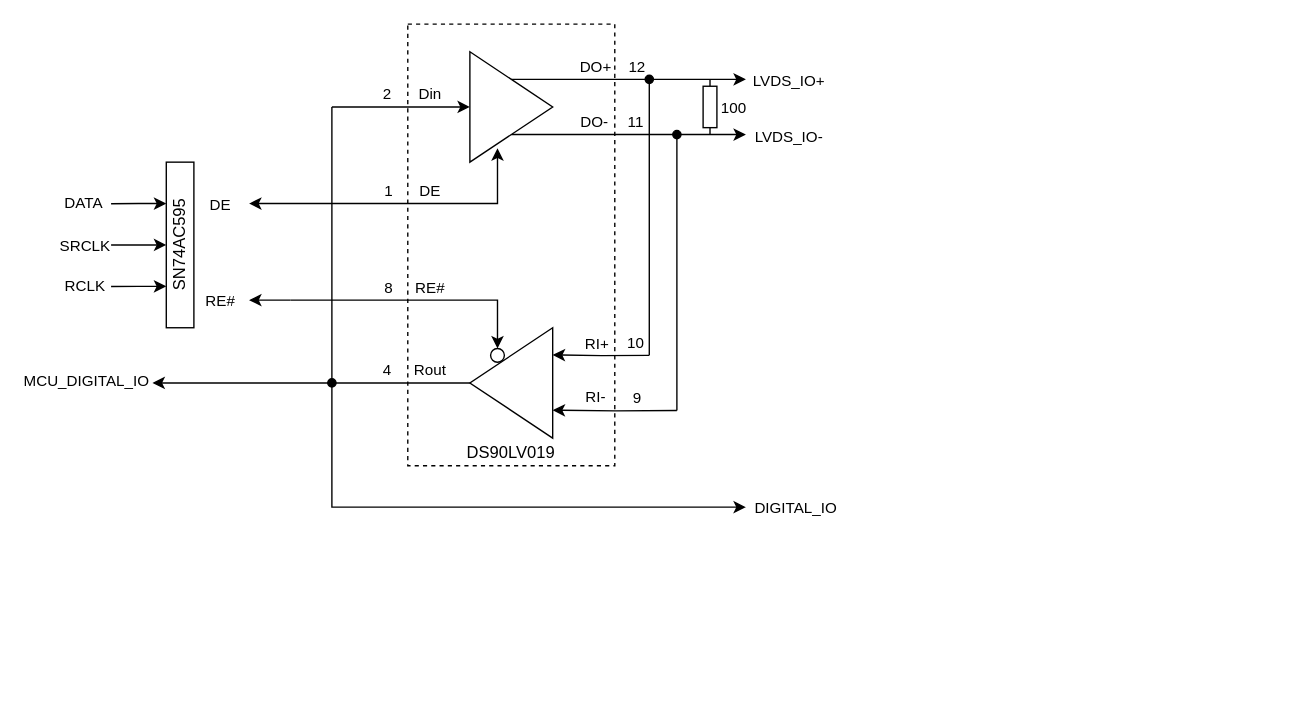
dabecart/MIDDS keeps this draw.io diagram as page "Page-3" (3 of 5) of docs/PPSMonitor_Diagrams.drawio. Above is the earlier version. Source tidied: cells renumbered, new cells numbered last; positions are measured from the earlier drawing's top-left corner, leaving out a move shared by most shapes. Both pictures are drawn from the tidied source at 138%, with x=0, y=0 at pixel (110, 23).
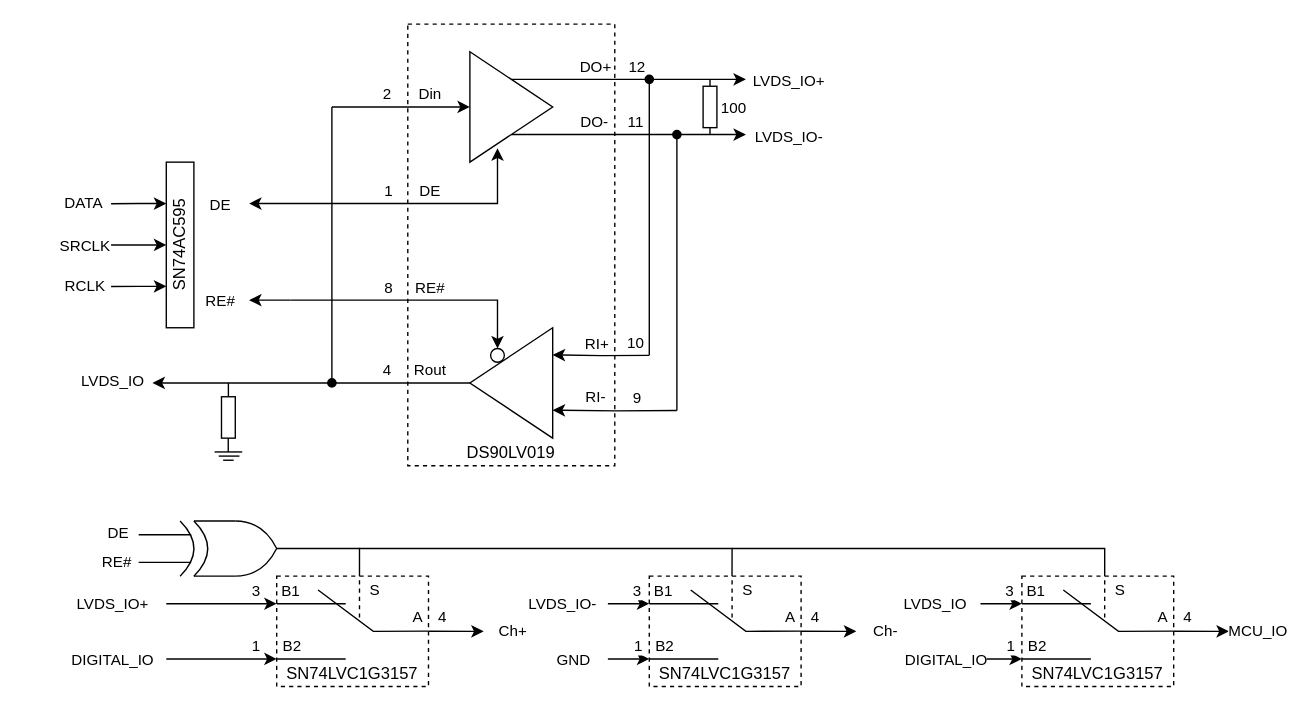
The same diagram, later.

Unchanged cells that the change refers to:
```xml
<mxCell id="15" style="edgeStyle=orthogonalEdgeStyle;rounded=0;jettySize=auto;html=1;exitX=0;exitY=0.5;exitDx=0;exitDy=0;" parent="1" edge="1" source="19">
  <mxGeometry relative="1" as="geometry">
    <mxPoint x="30" y="260" as="targetPoint" />
  </mxGeometry>
</mxCell>
```

What changed in the source:
```diff
@@
-    <mxCell id="18" value="MCU_DIGITAL_IO" style="edgeLabel;html=1;align=center;verticalAlign=middle;" parent="15" vertex="1">
+    <mxCell id="18" value="LVDS_IO" style="edgeLabel;html=1;align=center;verticalAlign=middle;" parent="15" vertex="1">
       <mxGeometry x="0.94" y="-2" relative="1" as="geometry">
-        <mxPoint x="-55" as="offset" />
+        <mxPoint x="-36" as="offset" />
       </mxGeometry>
     </mxCell>
@@
-    <mxCell id="43" style="endArrow=classic;html=1;rounded=0;" parent="1" edge="1">
-      <mxGeometry relative="1" as="geometry">
-        <mxPoint x="160" y="260" as="sourcePoint" />
-        <mxPoint x="460" y="350" as="targetPoint" />
-        <Array as="points">
-          <mxPoint x="160" y="350" />
-        </Array>
-      </mxGeometry>
-    </mxCell>
-    <mxCell id="44" value="DIGITAL_IO" style="edgeLabel;html=1;align=center;verticalAlign=middle;" parent="43" vertex="1">
-      <mxGeometry x="0.97" y="2" relative="1" as="geometry">
-        <mxPoint x="41" y="2" as="offset" />
-      </mxGeometry>
-    </mxCell>
@@
+    <mxCell id="52" value="SN74LVC1G3157" style="rounded=0;whiteSpace=wrap;html=1;fillColor=none;dashed=1;verticalAlign=bottom;" parent="1" vertex="1">
+      <mxGeometry x="120" y="400" width="110" height="80" as="geometry" />
+    </mxCell>
+    <mxCell id="53" style="endArrow=classic;html=1;rounded=0;entryX=0;entryY=0.25;entryDx=0;entryDy=0;" parent="1" edge="1">
+      <mxGeometry relative="1" as="geometry">
+        <mxPoint x="40" y="460" as="sourcePoint" />
+        <mxPoint x="120" y="460" as="targetPoint" />
+      </mxGeometry>
+    </mxCell>
+    <mxCell id="54" value="DIGITAL_IO" style="edgeLabel;html=1;align=center;verticalAlign=middle;" parent="53" vertex="1">
+      <mxGeometry x="-0.79" relative="1" as="geometry">
+        <mxPoint x="-48" as="offset" />
+      </mxGeometry>
+    </mxCell>
+    <mxCell id="55" value="1" style="edgeLabel;html=1;align=center;verticalAlign=middle;" parent="53" vertex="1">
+      <mxGeometry x="0.72" y="1" relative="1" as="geometry">
+        <mxPoint x="-5" y="-9" as="offset" />
+      </mxGeometry>
+    </mxCell>
+    <mxCell id="56" style="endArrow=classic;html=1;rounded=0;entryX=0;entryY=0.25;entryDx=0;entryDy=0;" parent="1" edge="1">
+      <mxGeometry relative="1" as="geometry">
+        <mxPoint x="40" y="420" as="sourcePoint" />
+        <mxPoint x="120" y="420" as="targetPoint" />
+      </mxGeometry>
+    </mxCell>
+    <mxCell id="57" value="LVDS_IO+" style="edgeLabel;html=1;align=center;verticalAlign=middle;" parent="56" vertex="1">
+      <mxGeometry x="-0.86" y="1" relative="1" as="geometry">
+        <mxPoint x="-46" as="offset" />
+      </mxGeometry>
+    </mxCell>
+    <mxCell id="58" value="3" style="edgeLabel;html=1;align=center;verticalAlign=middle;" parent="56" vertex="1">
+      <mxGeometry x="0.78" y="1" relative="1" as="geometry">
+        <mxPoint x="-7" y="-9" as="offset" />
+      </mxGeometry>
+    </mxCell>
+    <mxCell id="59" style="endArrow=none;html=1;rounded=0;" parent="1" edge="1">
+      <mxGeometry relative="1" as="geometry">
+        <mxPoint x="120" y="420" as="sourcePoint" />
+        <mxPoint x="170" y="420" as="targetPoint" />
+      </mxGeometry>
+    </mxCell>
+    <mxCell id="60" value="B1" style="edgeLabel;html=1;align=center;verticalAlign=middle;" parent="59" vertex="1">
+      <mxGeometry x="-0.64" relative="1" as="geometry">
+        <mxPoint y="-10" as="offset" />
+      </mxGeometry>
+    </mxCell>
+    <mxCell id="61" style="endArrow=none;html=1;rounded=0;" parent="1" edge="1">
+      <mxGeometry relative="1" as="geometry">
+        <mxPoint x="120" y="460" as="sourcePoint" />
+        <mxPoint x="170" y="460" as="targetPoint" />
+      </mxGeometry>
+    </mxCell>
+    <mxCell id="62" value="B2" style="edgeLabel;html=1;align=center;verticalAlign=middle;" parent="61" vertex="1">
+      <mxGeometry x="-0.47" relative="1" as="geometry">
+        <mxPoint x="-3" y="-10" as="offset" />
+      </mxGeometry>
+    </mxCell>
+    <mxCell id="63" style="endArrow=none;html=1;rounded=0;" parent="1" edge="1">
+      <mxGeometry relative="1" as="geometry">
+        <mxPoint x="150" y="410" as="sourcePoint" />
+        <mxPoint x="230" y="439.8" as="targetPoint" />
+        <Array as="points">
+          <mxPoint x="190" y="440" />
+        </Array>
+      </mxGeometry>
+    </mxCell>
+    <mxCell id="64" value="A" style="edgeLabel;html=1;align=center;verticalAlign=middle;" parent="63" vertex="1">
+      <mxGeometry x="0.74" y="1" relative="1" as="geometry">
+        <mxPoint x="4" y="-9" as="offset" />
+      </mxGeometry>
+    </mxCell>
+    <mxCell id="65" style="endArrow=classic;html=1;rounded=0;" parent="1" edge="1">
+      <mxGeometry relative="1" as="geometry">
+        <mxPoint x="230" y="439.9" as="sourcePoint" />
+        <mxPoint x="270" y="440" as="targetPoint" />
+      </mxGeometry>
+    </mxCell>
+    <mxCell id="66" value="Ch+" style="edgeLabel;html=1;align=center;verticalAlign=middle;" parent="65" vertex="1">
+      <mxGeometry x="-0.86" y="1" relative="1" as="geometry">
+        <mxPoint x="57" y="1" as="offset" />
+      </mxGeometry>
+    </mxCell>
+    <mxCell id="67" value="4" style="edgeLabel;html=1;align=center;verticalAlign=middle;" parent="65" vertex="1">
+      <mxGeometry x="-0.37" y="-2" relative="1" as="geometry">
+        <mxPoint x="-3" y="-12" as="offset" />
+      </mxGeometry>
+    </mxCell>
+    <mxCell id="68" style="endArrow=none;html=1;rounded=0;dashed=1;" parent="1" edge="1">
+      <mxGeometry relative="1" as="geometry">
+        <mxPoint x="180" y="430" as="sourcePoint" />
+        <mxPoint x="180" y="400" as="targetPoint" />
+      </mxGeometry>
+    </mxCell>
+    <mxCell id="69" value="S" style="edgeLabel;html=1;align=center;verticalAlign=middle;" parent="68" vertex="1">
+      <mxGeometry x="0.4" relative="1" as="geometry">
+        <mxPoint x="10" as="offset" />
+      </mxGeometry>
+    </mxCell>
+    <mxCell id="70" style="endArrow=none;html=1;rounded=0;curved=1;" parent="1" edge="1">
+      <mxGeometry relative="1" as="geometry">
+        <mxPoint x="50" y="400" as="sourcePoint" />
+        <mxPoint x="50" y="360" as="targetPoint" />
+        <Array as="points">
+          <mxPoint x="70" y="380" />
+        </Array>
+      </mxGeometry>
+    </mxCell>
+    <mxCell id="71" style="endArrow=none;html=1;rounded=0;curved=1;" parent="1" edge="1">
+      <mxGeometry relative="1" as="geometry">
+        <mxPoint x="60" y="400" as="sourcePoint" />
+        <mxPoint x="60" y="360" as="targetPoint" />
+        <Array as="points">
+          <mxPoint x="80" y="380" />
+        </Array>
+      </mxGeometry>
+    </mxCell>
+    <mxCell id="72" style="endArrow=none;html=1;rounded=0;" parent="1" edge="1">
+      <mxGeometry relative="1" as="geometry">
+        <mxPoint x="60" y="360" as="sourcePoint" />
+        <mxPoint x="90" y="360" as="targetPoint" />
+      </mxGeometry>
+    </mxCell>
+    <mxCell id="73" style="endArrow=none;html=1;rounded=0;" parent="1" edge="1">
+      <mxGeometry relative="1" as="geometry">
+        <mxPoint x="60" y="400" as="sourcePoint" />
+        <mxPoint x="90" y="400" as="targetPoint" />
+      </mxGeometry>
+    </mxCell>
+    <mxCell id="74" style="endArrow=none;html=1;rounded=0;curved=1;" parent="1" edge="1">
+      <mxGeometry relative="1" as="geometry">
+        <mxPoint x="90" y="360" as="sourcePoint" />
+        <mxPoint x="120" y="380" as="targetPoint" />
+        <Array as="points">
+          <mxPoint x="110" y="360" />
+        </Array>
+      </mxGeometry>
+    </mxCell>
+    <mxCell id="75" style="endArrow=none;html=1;rounded=0;curved=1;" parent="1" edge="1">
+      <mxGeometry relative="1" as="geometry">
+        <mxPoint x="90" y="400" as="sourcePoint" />
+        <mxPoint x="120" y="380" as="targetPoint" />
+        <Array as="points">
+          <mxPoint x="110" y="400" />
+        </Array>
+      </mxGeometry>
+    </mxCell>
+    <mxCell id="76" style="endArrow=none;html=1;rounded=0;" parent="1" edge="1">
+      <mxGeometry relative="1" as="geometry">
+        <mxPoint x="20" y="370" as="sourcePoint" />
+        <mxPoint x="58" y="370" as="targetPoint" />
+      </mxGeometry>
+    </mxCell>
+    <mxCell id="77" value="DE" style="edgeLabel;html=1;align=center;verticalAlign=middle;" parent="76" vertex="1">
+      <mxGeometry x="-0.82" y="2" relative="1" as="geometry">
+        <mxPoint x="-19" as="offset" />
+      </mxGeometry>
+    </mxCell>
+    <mxCell id="78" style="endArrow=none;html=1;rounded=0;" parent="1" edge="1">
+      <mxGeometry relative="1" as="geometry">
+        <mxPoint x="20" y="390" as="sourcePoint" />
+        <mxPoint x="58" y="390" as="targetPoint" />
+      </mxGeometry>
+    </mxCell>
+    <mxCell id="79" value="RE#" style="edgeLabel;html=1;align=center;verticalAlign=middle;" parent="78" vertex="1">
+      <mxGeometry x="-0.85" y="1" relative="1" as="geometry">
+        <mxPoint x="-20" as="offset" />
+      </mxGeometry>
+    </mxCell>
+    <mxCell id="80" style="endArrow=none;html=1;rounded=0;" parent="1" edge="1">
+      <mxGeometry relative="1" as="geometry">
+        <mxPoint x="180" y="400" as="sourcePoint" />
+        <mxPoint x="120" y="380" as="targetPoint" />
+        <Array as="points">
+          <mxPoint x="180" y="380" />
+        </Array>
+      </mxGeometry>
+    </mxCell>
+    <mxCell id="81" value="SN74LVC1G3157" style="rounded=0;whiteSpace=wrap;html=1;fillColor=none;dashed=1;verticalAlign=bottom;" parent="1" vertex="1">
+      <mxGeometry x="390" y="400" width="110" height="80" as="geometry" />
+    </mxCell>
+    <mxCell id="82" style="endArrow=classic;html=1;rounded=0;entryX=0;entryY=0.25;entryDx=0;entryDy=0;" parent="1" edge="1">
+      <mxGeometry relative="1" as="geometry">
+        <mxPoint x="360" y="460" as="sourcePoint" />
+        <mxPoint x="390" y="460" as="targetPoint" />
+      </mxGeometry>
+    </mxCell>
+    <mxCell id="83" value="GND" style="edgeLabel;html=1;align=center;verticalAlign=middle;" parent="82" vertex="1">
+      <mxGeometry x="-0.79" relative="1" as="geometry">
+        <mxPoint x="-29" as="offset" />
+      </mxGeometry>
+    </mxCell>
+    <mxCell id="84" value="1" style="edgeLabel;html=1;align=center;verticalAlign=middle;" parent="82" vertex="1">
+      <mxGeometry x="0.72" y="1" relative="1" as="geometry">
+        <mxPoint x="-5" y="-9" as="offset" />
+      </mxGeometry>
+    </mxCell>
+    <mxCell id="85" style="endArrow=classic;html=1;rounded=0;entryX=0;entryY=0.25;entryDx=0;entryDy=0;" parent="1" edge="1">
+      <mxGeometry relative="1" as="geometry">
+        <mxPoint x="360" y="420" as="sourcePoint" />
+        <mxPoint x="390" y="420" as="targetPoint" />
+      </mxGeometry>
+    </mxCell>
+    <mxCell id="86" value="LVDS_IO-" style="edgeLabel;html=1;align=center;verticalAlign=middle;" parent="85" vertex="1">
+      <mxGeometry x="-0.86" y="1" relative="1" as="geometry">
+        <mxPoint x="-36" as="offset" />
+      </mxGeometry>
+    </mxCell>
+    <mxCell id="87" value="3" style="edgeLabel;html=1;align=center;verticalAlign=middle;" parent="85" vertex="1">
+      <mxGeometry x="0.78" y="1" relative="1" as="geometry">
+        <mxPoint x="-7" y="-9" as="offset" />
+      </mxGeometry>
+    </mxCell>
+    <mxCell id="88" style="endArrow=none;html=1;rounded=0;" parent="1" edge="1">
+      <mxGeometry relative="1" as="geometry">
+        <mxPoint x="390" y="420" as="sourcePoint" />
+        <mxPoint x="440" y="420" as="targetPoint" />
+      </mxGeometry>
+    </mxCell>
+    <mxCell id="89" value="B1" style="edgeLabel;html=1;align=center;verticalAlign=middle;" parent="88" vertex="1">
+      <mxGeometry x="-0.64" relative="1" as="geometry">
+        <mxPoint y="-10" as="offset" />
+      </mxGeometry>
+    </mxCell>
+    <mxCell id="90" style="endArrow=none;html=1;rounded=0;" parent="1" edge="1">
+      <mxGeometry relative="1" as="geometry">
+        <mxPoint x="390" y="460" as="sourcePoint" />
+        <mxPoint x="440" y="460" as="targetPoint" />
+      </mxGeometry>
+    </mxCell>
+    <mxCell id="91" value="B2" style="edgeLabel;html=1;align=center;verticalAlign=middle;" parent="90" vertex="1">
+      <mxGeometry x="-0.47" relative="1" as="geometry">
+        <mxPoint x="-3" y="-10" as="offset" />
+      </mxGeometry>
+    </mxCell>
+    <mxCell id="92" style="endArrow=none;html=1;rounded=0;" parent="1" edge="1">
+      <mxGeometry relative="1" as="geometry">
+        <mxPoint x="420" y="410" as="sourcePoint" />
+        <mxPoint x="500" y="439.8" as="targetPoint" />
+        <Array as="points">
+          <mxPoint x="460" y="440" />
+        </Array>
+      </mxGeometry>
+    </mxCell>
+    <mxCell id="93" value="A" style="edgeLabel;html=1;align=center;verticalAlign=middle;" parent="92" vertex="1">
+      <mxGeometry x="0.74" y="1" relative="1" as="geometry">
+        <mxPoint x="4" y="-9" as="offset" />
+      </mxGeometry>
+    </mxCell>
+    <mxCell id="94" style="endArrow=classic;html=1;rounded=0;" parent="1" edge="1">
+      <mxGeometry relative="1" as="geometry">
+        <mxPoint x="500" y="439.9" as="sourcePoint" />
+        <mxPoint x="540" y="440" as="targetPoint" />
+      </mxGeometry>
+    </mxCell>
+    <mxCell id="95" value="Ch-" style="edgeLabel;html=1;align=center;verticalAlign=middle;" parent="94" vertex="1">
+      <mxGeometry x="-0.86" y="1" relative="1" as="geometry">
+        <mxPoint x="57" y="1" as="offset" />
+      </mxGeometry>
+    </mxCell>
+    <mxCell id="96" value="4" style="edgeLabel;html=1;align=center;verticalAlign=middle;" parent="94" vertex="1">
+      <mxGeometry x="-0.37" y="-2" relative="1" as="geometry">
+        <mxPoint x="-3" y="-12" as="offset" />
+      </mxGeometry>
+    </mxCell>
+    <mxCell id="97" style="endArrow=none;html=1;rounded=0;dashed=1;" parent="1" edge="1">
+      <mxGeometry relative="1" as="geometry">
+        <mxPoint x="450" y="430" as="sourcePoint" />
+        <mxPoint x="450" y="400" as="targetPoint" />
+      </mxGeometry>
+    </mxCell>
+    <mxCell id="98" value="S" style="edgeLabel;html=1;align=center;verticalAlign=middle;" parent="97" vertex="1">
+      <mxGeometry x="0.4" relative="1" as="geometry">
+        <mxPoint x="10" as="offset" />
+      </mxGeometry>
+    </mxCell>
+    <mxCell id="99" style="endArrow=none;html=1;rounded=0;exitX=0.545;exitY=0;exitDx=0;exitDy=0;exitPerimeter=0;" parent="1" edge="1" source="81">
+      <mxGeometry relative="1" as="geometry">
+        <mxPoint x="180" y="380" as="targetPoint" />
+        <Array as="points">
+          <mxPoint x="450" y="380" />
+        </Array>
+      </mxGeometry>
+    </mxCell>
+    <mxCell id="100" value="SN74LVC1G3157" style="rounded=0;whiteSpace=wrap;html=1;fillColor=none;dashed=1;verticalAlign=bottom;" parent="1" vertex="1">
+      <mxGeometry x="660" y="400" width="110" height="80" as="geometry" />
+    </mxCell>
+    <mxCell id="101" style="endArrow=classic;html=1;rounded=0;entryX=0;entryY=0.25;entryDx=0;entryDy=0;" parent="1" edge="1">
+      <mxGeometry relative="1" as="geometry">
+        <mxPoint x="630" y="460" as="sourcePoint" />
+        <mxPoint x="660" y="460" as="targetPoint" />
+      </mxGeometry>
+    </mxCell>
+    <mxCell id="102" value="DIGITAL_IO" style="edgeLabel;html=1;align=center;verticalAlign=middle;" parent="101" vertex="1">
+      <mxGeometry x="-0.79" relative="1" as="geometry">
+        <mxPoint x="-29" as="offset" />
+      </mxGeometry>
+    </mxCell>
+    <mxCell id="103" value="1" style="edgeLabel;html=1;align=center;verticalAlign=middle;" parent="101" vertex="1">
+      <mxGeometry x="0.72" y="1" relative="1" as="geometry">
+        <mxPoint x="-5" y="-9" as="offset" />
+      </mxGeometry>
+    </mxCell>
+    <mxCell id="104" style="endArrow=classic;html=1;rounded=0;entryX=0;entryY=0.25;entryDx=0;entryDy=0;" parent="1" edge="1">
+      <mxGeometry relative="1" as="geometry">
+        <mxPoint x="630" y="420" as="sourcePoint" />
+        <mxPoint x="660" y="420" as="targetPoint" />
+      </mxGeometry>
+    </mxCell>
+    <mxCell id="105" value="LVDS_IO" style="edgeLabel;html=1;align=center;verticalAlign=middle;" parent="104" vertex="1">
+      <mxGeometry x="-0.86" y="1" relative="1" as="geometry">
+        <mxPoint x="-36" as="offset" />
+      </mxGeometry>
+    </mxCell>
+    <mxCell id="106" value="3" style="edgeLabel;html=1;align=center;verticalAlign=middle;" parent="104" vertex="1">
+      <mxGeometry x="0.78" y="1" relative="1" as="geometry">
+        <mxPoint x="-7" y="-9" as="offset" />
+      </mxGeometry>
+    </mxCell>
+    <mxCell id="107" style="endArrow=none;html=1;rounded=0;" parent="1" edge="1">
+      <mxGeometry relative="1" as="geometry">
+        <mxPoint x="660" y="420" as="sourcePoint" />
+        <mxPoint x="710" y="420" as="targetPoint" />
+      </mxGeometry>
+    </mxCell>
+    <mxCell id="108" value="B1" style="edgeLabel;html=1;align=center;verticalAlign=middle;" parent="107" vertex="1">
+      <mxGeometry x="-0.64" relative="1" as="geometry">
+        <mxPoint y="-10" as="offset" />
+      </mxGeometry>
+    </mxCell>
+    <mxCell id="109" style="endArrow=none;html=1;rounded=0;" parent="1" edge="1">
+      <mxGeometry relative="1" as="geometry">
+        <mxPoint x="660" y="460" as="sourcePoint" />
+        <mxPoint x="710" y="460" as="targetPoint" />
+      </mxGeometry>
+    </mxCell>
+    <mxCell id="110" value="B2" style="edgeLabel;html=1;align=center;verticalAlign=middle;" parent="109" vertex="1">
+      <mxGeometry x="-0.47" relative="1" as="geometry">
+        <mxPoint x="-3" y="-10" as="offset" />
+      </mxGeometry>
+    </mxCell>
+    <mxCell id="111" style="endArrow=none;html=1;rounded=0;" parent="1" edge="1">
+      <mxGeometry relative="1" as="geometry">
+        <mxPoint x="690" y="410" as="sourcePoint" />
+        <mxPoint x="770" y="439.8" as="targetPoint" />
+        <Array as="points">
+          <mxPoint x="730" y="440" />
+        </Array>
+      </mxGeometry>
+    </mxCell>
+    <mxCell id="112" value="A" style="edgeLabel;html=1;align=center;verticalAlign=middle;" parent="111" vertex="1">
+      <mxGeometry x="0.74" y="1" relative="1" as="geometry">
+        <mxPoint x="4" y="-9" as="offset" />
+      </mxGeometry>
+    </mxCell>
+    <mxCell id="113" style="endArrow=classic;html=1;rounded=0;" parent="1" edge="1">
+      <mxGeometry relative="1" as="geometry">
+        <mxPoint x="770" y="439.9" as="sourcePoint" />
+        <mxPoint x="810" y="440" as="targetPoint" />
+      </mxGeometry>
+    </mxCell>
+    <mxCell id="114" value="MCU_IO" style="edgeLabel;html=1;align=center;verticalAlign=middle;" parent="113" vertex="1">
+      <mxGeometry x="-0.86" y="1" relative="1" as="geometry">
+        <mxPoint x="57" y="1" as="offset" />
+      </mxGeometry>
+    </mxCell>
+    <mxCell id="115" value="4" style="edgeLabel;html=1;align=center;verticalAlign=middle;" parent="113" vertex="1">
+      <mxGeometry x="-0.37" y="-2" relative="1" as="geometry">
+        <mxPoint x="-3" y="-12" as="offset" />
+      </mxGeometry>
+    </mxCell>
+    <mxCell id="116" style="endArrow=none;html=1;rounded=0;dashed=1;" parent="1" edge="1">
+      <mxGeometry relative="1" as="geometry">
+        <mxPoint x="720" y="430" as="sourcePoint" />
+        <mxPoint x="720" y="400" as="targetPoint" />
+      </mxGeometry>
+    </mxCell>
+    <mxCell id="117" value="S" style="edgeLabel;html=1;align=center;verticalAlign=middle;" parent="116" vertex="1">
+      <mxGeometry x="0.4" relative="1" as="geometry">
+        <mxPoint x="10" as="offset" />
+      </mxGeometry>
+    </mxCell>
+    <mxCell id="118" style="endArrow=none;html=1;rounded=0;" parent="1" edge="1">
+      <mxGeometry relative="1" as="geometry">
+        <mxPoint x="450" y="380" as="sourcePoint" />
+        <mxPoint x="720" y="400" as="targetPoint" />
+        <Array as="points">
+          <mxPoint x="720" y="380" />
+        </Array>
+      </mxGeometry>
+    </mxCell>
+    <mxCell id="119" style="edgeStyle=orthogonalEdgeStyle;rounded=0;jettySize=auto;html=1;exitX=0.5;exitY=0;exitDx=0;exitDy=0;endArrow=none;endFill=0;" parent="1" edge="1" source="120">
+      <mxGeometry relative="1" as="geometry">
+        <mxPoint x="85" y="260" as="targetPoint" />
+      </mxGeometry>
+    </mxCell>
+    <mxCell id="120" style="rounded=0;whiteSpace=wrap;html=1;" parent="1" vertex="1">
+      <mxGeometry x="80" y="270" width="10" height="30" as="geometry" />
+    </mxCell>
+    <mxCell id="121" style="edgeStyle=orthogonalEdgeStyle;rounded=0;orthogonalLoop=1;jettySize=auto;html=1;exitX=0.5;exitY=0;exitDx=0;exitDy=0;endArrow=none;endFill=0;" parent="1" edge="1">
+      <mxGeometry relative="1" as="geometry">
+        <mxPoint x="84.9" y="310" as="sourcePoint" />
+        <mxPoint x="84.9" y="300" as="targetPoint" />
+      </mxGeometry>
+    </mxCell>
+    <mxCell id="122" style="endArrow=none;html=1;rounded=0;" parent="1" edge="1">
+      <mxGeometry relative="1" as="geometry">
+        <mxPoint x="75" y="310" as="sourcePoint" />
+        <mxPoint x="95" y="310" as="targetPoint" />
+      </mxGeometry>
+    </mxCell>
+    <mxCell id="123" style="endArrow=none;html=1;rounded=0;" parent="1" edge="1">
+      <mxGeometry relative="1" as="geometry">
+        <mxPoint x="78" y="313" as="sourcePoint" />
+        <mxPoint x="93" y="313" as="targetPoint" />
+      </mxGeometry>
+    </mxCell>
+    <mxCell id="124" style="endArrow=none;html=1;rounded=0;" parent="1" edge="1">
+      <mxGeometry relative="1" as="geometry">
+        <mxPoint x="81.2" y="316" as="sourcePoint" />
+        <mxPoint x="88.8" y="316" as="targetPoint" />
+      </mxGeometry>
+    </mxCell>
```
